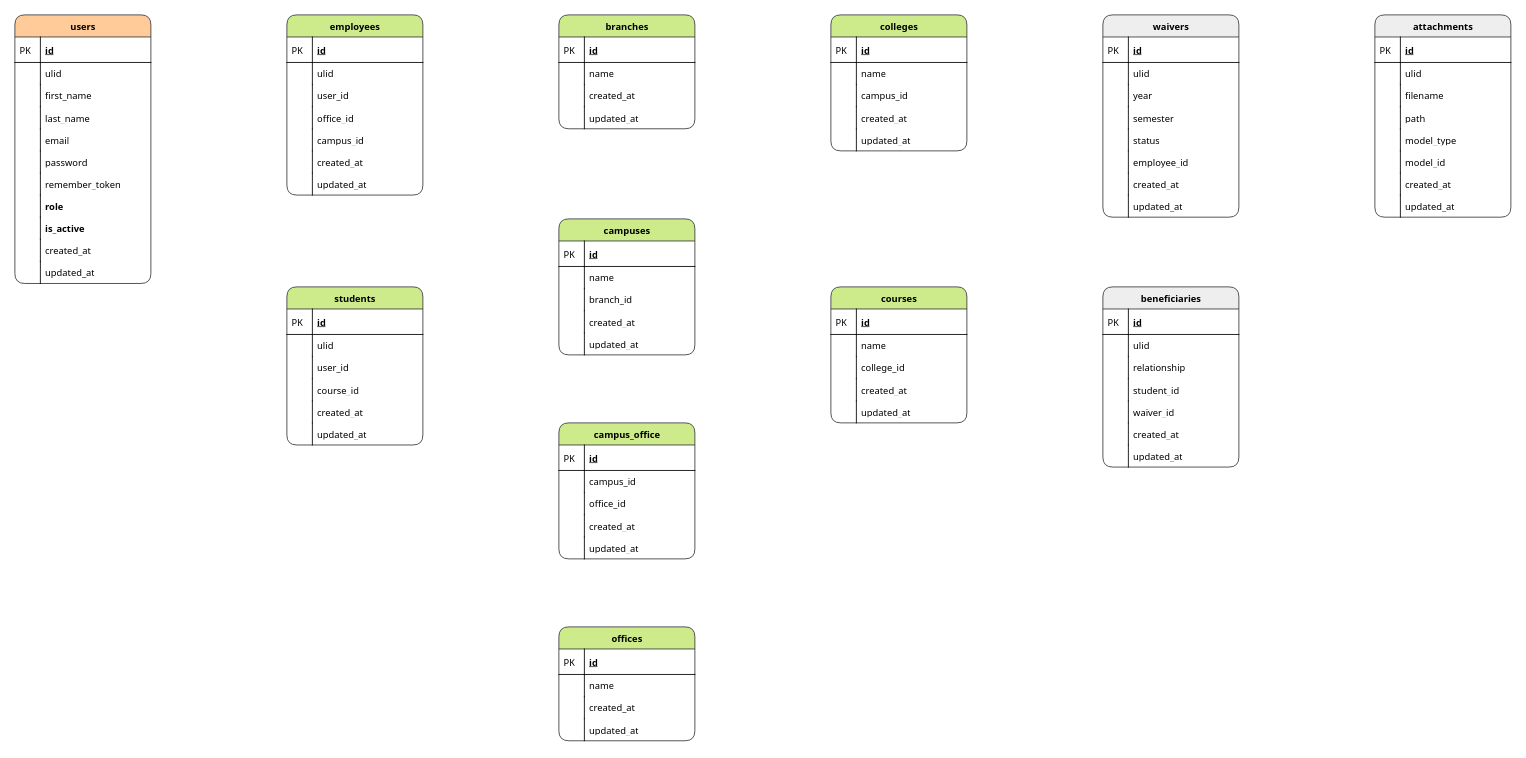
This is database/schema.drawio from ericamigo/um-vilt, a draw.io file, before an edit. Source tidied: cells renumbered, new cells numbered last; positions are measured from the earlier drawing's top-left corner, leaving out a move shared by most shapes. Both pictures are drawn from the tidied source at 85%, with x=0, y=0 at pixel (14, 14).
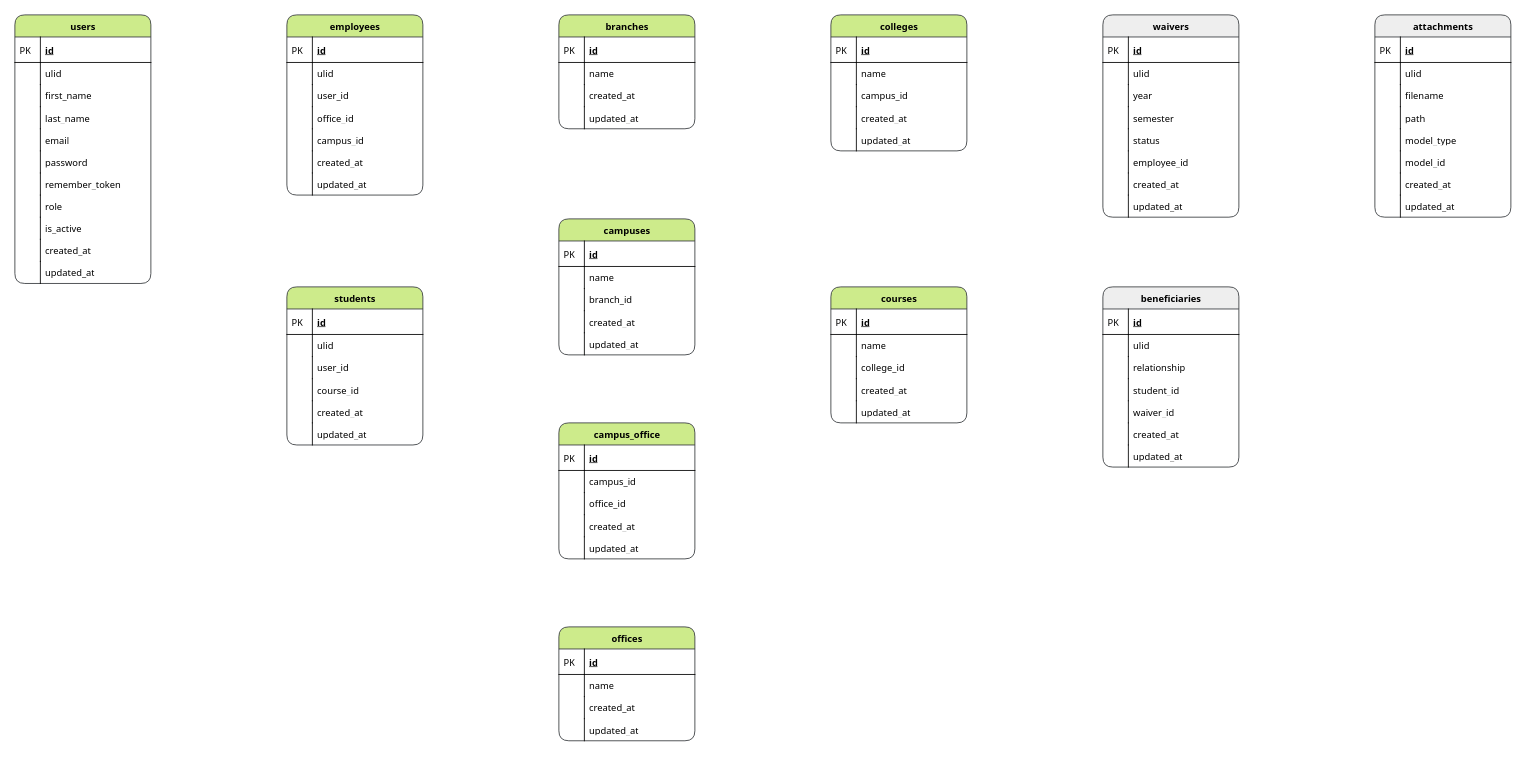
After the change.

Diff of the diagram source:
```diff
@@
-    <mxCell id="2" value="users" style="swimlane;html=1;fontStyle=1;horizontal=1;startSize=26;fillColor=#ffcc99;swimlaneFillColor=#ffffff;align=center;rounded=1;shadow=0;comic=0;labelBackgroundColor=none;strokeWidth=1;fontFamily=Tahoma;fontSize=11;strokeColor=#36393d;" parent="1" vertex="1">
+    <mxCell id="2" value="users" style="swimlane;html=1;fontStyle=1;horizontal=1;startSize=26;fillColor=#cdeb8b;swimlaneFillColor=#ffffff;align=center;rounded=1;shadow=0;comic=0;labelBackgroundColor=none;strokeWidth=1;fontFamily=Tahoma;fontSize=11;strokeColor=#36393d;" parent="1" vertex="1">
       <mxGeometry width="160" height="316" as="geometry" />
     </mxCell>
@@
-    <mxCell id="17" value="role" style="shape=partialRectangle;top=0;left=0;right=0;bottom=0;html=1;align=left;verticalAlign=top;fillColor=none;spacingLeft=34;spacingRight=4;whiteSpace=wrap;overflow=hidden;fontFamily=Tahoma;fontSize=11;fontStyle=1;" parent="2" vertex="1">
+    <mxCell id="17" value="role" style="shape=partialRectangle;top=0;left=0;right=0;bottom=0;html=1;align=left;verticalAlign=top;fillColor=none;spacingLeft=34;spacingRight=4;whiteSpace=wrap;overflow=hidden;fontFamily=Tahoma;fontSize=11;fontStyle=0;" parent="2" vertex="1">
       <mxGeometry y="212" width="160" height="26" as="geometry" />
     </mxCell>
@@
-    <mxCell id="19" value="is_active" style="shape=partialRectangle;top=0;left=0;right=0;bottom=0;html=1;align=left;verticalAlign=top;fillColor=none;spacingLeft=34;spacingRight=4;whiteSpace=wrap;overflow=hidden;fontFamily=Tahoma;fontSize=11;fontStyle=1;" parent="2" vertex="1">
+    <mxCell id="19" value="is_active" style="shape=partialRectangle;top=0;left=0;right=0;bottom=0;html=1;align=left;verticalAlign=top;fillColor=none;spacingLeft=34;spacingRight=4;whiteSpace=wrap;overflow=hidden;fontFamily=Tahoma;fontSize=11;fontStyle=0;" parent="2" vertex="1">
       <mxGeometry y="238" width="160" height="26" as="geometry" />
     </mxCell>
```
